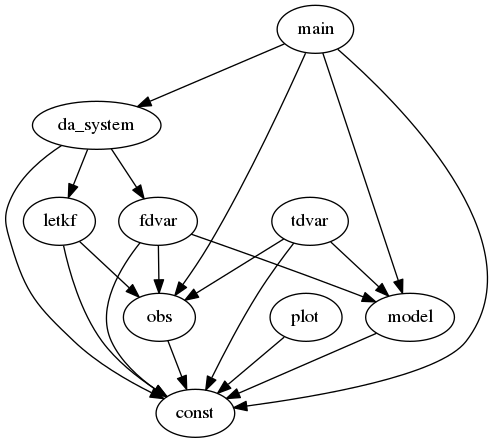
This is documentation/graph.png from ysdtkm/DA_testbed, a Graphviz export, as it was before one commit. Its source is kept beside it as documentation/graph.dot.
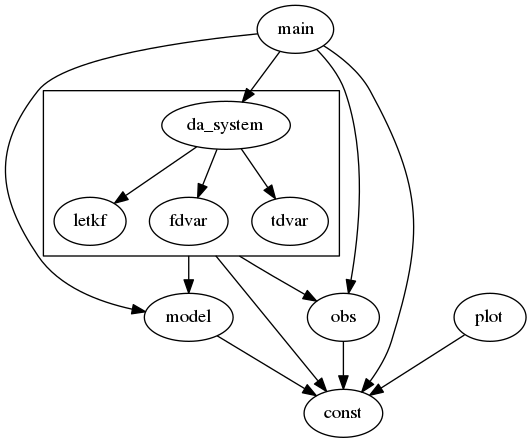
After the change.

Change to the diagram source:
```diff
@@ -1,20 +1,20 @@
 digraph {
-    letkf -> obs;
-    letkf -> const;
+    compound = true;
+    subgraph cluster_0 {
+        da_system -> letkf;
+        da_system -> fdvar;
+        da_system -> tdvar;
+    }
+
+    main -> da_system;
+    fdvar -> model [ltail = cluster_0];
+    fdvar -> const [ltail = cluster_0];
+    fdvar -> obs [ltail = cluster_0];
     main -> const;
     main -> model;
-    main -> da_system;
     main -> obs;
     model -> const;
     plot -> const;
-    da_system -> const;
-    da_system -> letkf;
-    da_system -> fdvar;
     obs -> const;
-    fdvar -> model;
-    fdvar -> const;
-    fdvar -> obs;
-    tdvar -> model;
-    tdvar -> const;
-    tdvar -> obs;
+
 }
```
